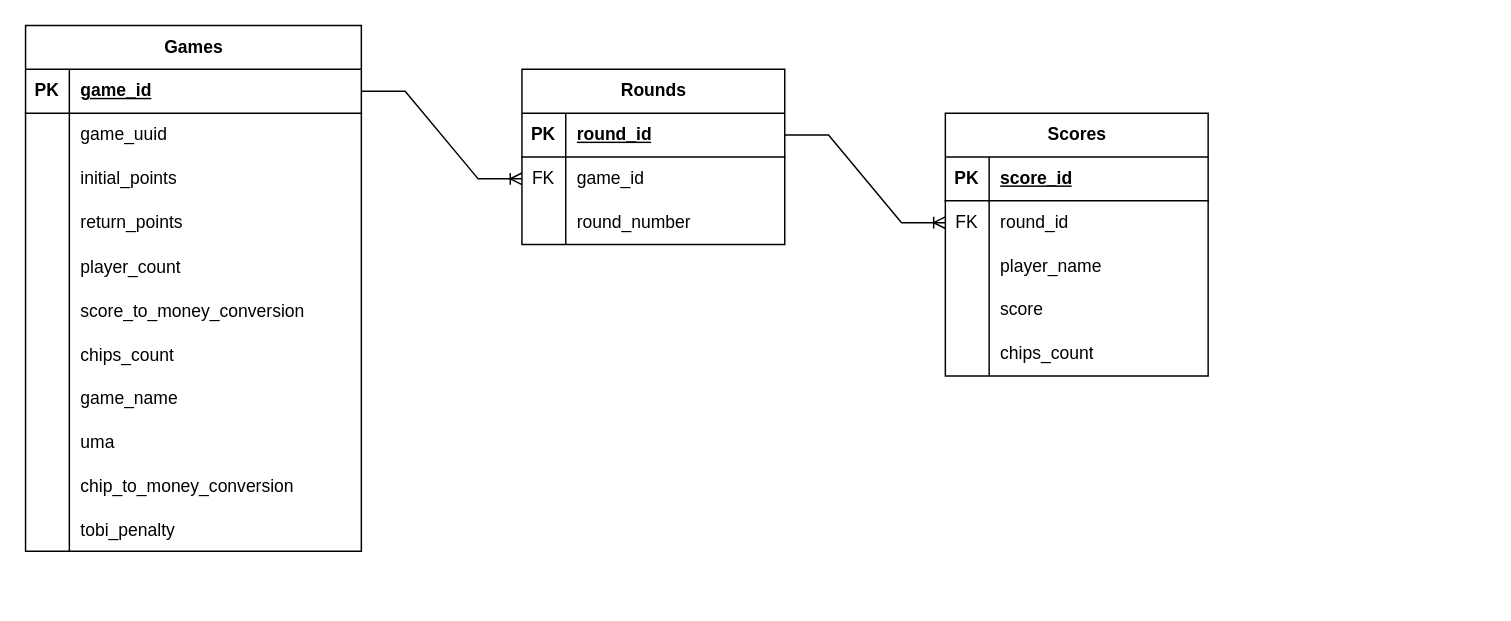
tomatine/mahjong-score keeps this draw.io diagram as database.drawio. Above is the earlier version. Source tidied: cells renumbered, new cells numbered last; positions are measured from the earlier drawing's top-left corner, leaving out a move shared by most shapes. Both pictures are drawn from the tidied source at 146%, with x=0, y=0 at pixel (25, 25).
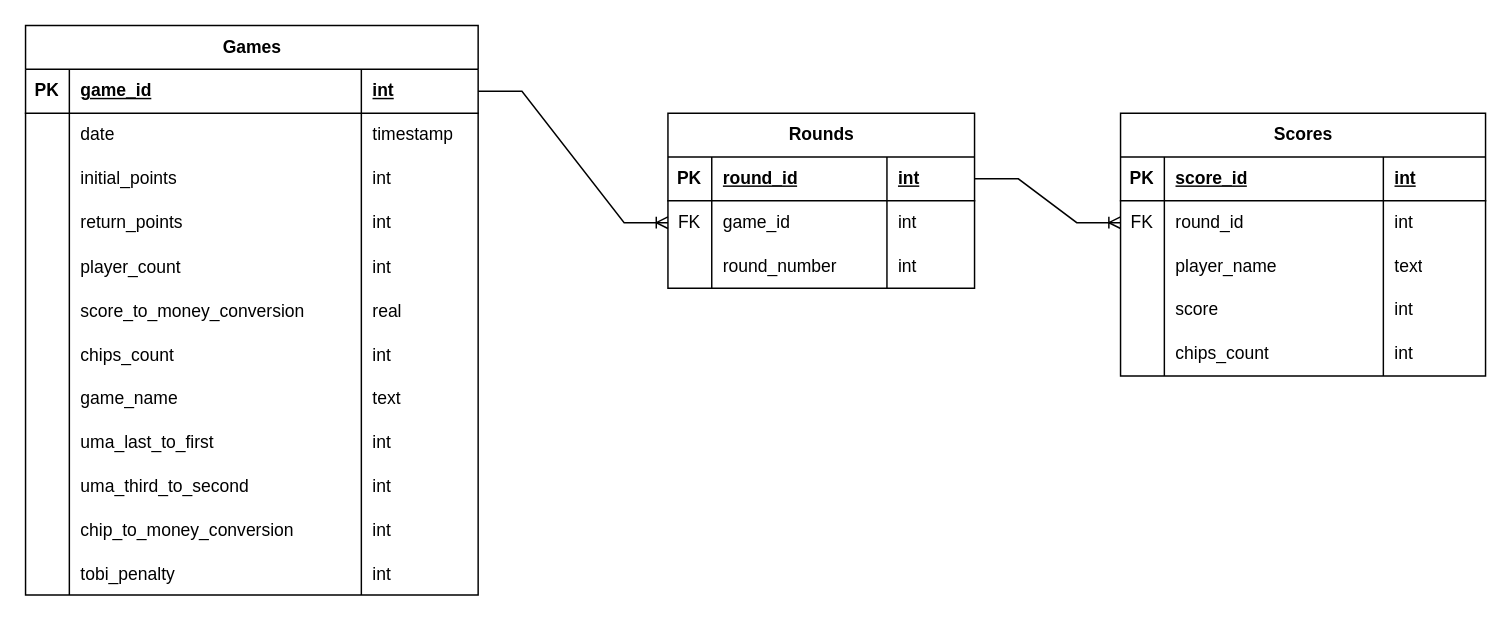
Above is the later version.

Commit message (it also covers changes not shown here):
database.drawio を更新します

Diff of the diagram source:
```diff
@@
     <mxCell id="2" value="Games" style="shape=table;startSize=30;childLayout=tableLayout;rowLines=0;fontStyle=1;align=center;html=1;" parent="1" vertex="1">
-      <mxGeometry width="230" height="360" as="geometry" />
+      <mxGeometry width="310" height="390" as="geometry" />
     </mxCell>
     <mxCell id="3" style="shape=tableRow;horizontal=0;startSize=0;swimlaneHead=0;swimlaneBody=0;fillColor=none;points=[[0,0.5],[1,0.5]];portConstraint=eastwest;top=0;left=0;right=0;bottom=1;" parent="2" vertex="1">
-      <mxGeometry y="30" width="230" height="30" as="geometry" />
+      <mxGeometry y="30" width="310" height="30" as="geometry" />
     </mxCell>
@@
-    <mxCell id="6" style="shape=tableRow;horizontal=0;startSize=0;swimlaneHead=0;swimlaneBody=0;fillColor=none;top=0;left=0;right=0;bottom=0;" parent="2" vertex="1">
-      <mxGeometry y="60" width="230" height="30" as="geometry" />
-    </mxCell>
+    <mxCell id="64" value="int" style="shape=partialRectangle;fillColor=none;top=0;left=0;bottom=0;right=0;align=left;spacingLeft=6;fontStyle=5;overflow=hidden;whiteSpace=wrap;html=1;" parent="3" vertex="1">
+      <mxGeometry x="230" width="80" height="30" as="geometry" />
+    </mxCell>
+    <mxCell id="65" style="shape=tableRow;horizontal=0;startSize=0;swimlaneHead=0;swimlaneBody=0;fillColor=none;top=0;left=0;right=0;bottom=0;" parent="2" vertex="1">
+      <mxGeometry y="60" width="310" height="30" as="geometry" />
+    </mxCell>
-    <mxCell id="7" style="shape=partialRectangle;fillColor=none;top=0;left=0;bottom=0;right=0;overflow=hidden;whiteSpace=wrap;html=1;" parent="6" vertex="1">
+    <mxCell id="7" style="shape=partialRectangle;fillColor=none;top=0;left=0;bottom=0;right=0;overflow=hidden;whiteSpace=wrap;html=1;" parent="65" vertex="1">
       <mxGeometry width="30" height="30" as="geometry" />
     </mxCell>
-    <mxCell id="8" value="game_uuid" style="shape=partialRectangle;fillColor=none;top=0;left=0;bottom=0;right=0;align=left;spacingLeft=6;overflow=hidden;whiteSpace=wrap;html=1;" parent="6" vertex="1">
-      <mxGeometry x="30" width="200" height="30" as="geometry" />
-    </mxCell>
+    <mxCell id="66" value="date" style="shape=partialRectangle;fillColor=none;top=0;left=0;bottom=0;right=0;align=left;spacingLeft=6;overflow=hidden;whiteSpace=wrap;html=1;" parent="65" vertex="1">
+      <mxGeometry x="30" width="200" height="30" as="geometry" />
+    </mxCell>
+    <mxCell id="67" value="timestamp" style="shape=partialRectangle;fillColor=none;top=0;left=0;bottom=0;right=0;align=left;spacingLeft=6;overflow=hidden;whiteSpace=wrap;html=1;" parent="65" vertex="1">
+      <mxGeometry x="230" width="80" height="30" as="geometry" />
+    </mxCell>
     <mxCell id="9" style="shape=tableRow;horizontal=0;startSize=0;swimlaneHead=0;swimlaneBody=0;fillColor=none;top=0;left=0;right=0;bottom=0;" parent="2" vertex="1">
-      <mxGeometry y="90" width="230" height="30" as="geometry" />
+      <mxGeometry y="90" width="310" height="30" as="geometry" />
     </mxCell>
@@
+    <mxCell id="68" value="int" style="shape=partialRectangle;fillColor=none;top=0;left=0;bottom=0;right=0;align=left;spacingLeft=6;overflow=hidden;whiteSpace=wrap;html=1;" parent="9" vertex="1">
+      <mxGeometry x="230" width="80" height="30" as="geometry" />
+    </mxCell>
     <mxCell id="12" style="shape=tableRow;horizontal=0;startSize=0;swimlaneHead=0;swimlaneBody=0;fillColor=none;top=0;left=0;right=0;bottom=0;" parent="2" vertex="1">
-      <mxGeometry y="120" width="230" height="30" as="geometry" />
+      <mxGeometry y="120" width="310" height="30" as="geometry" />
     </mxCell>
@@
+    <mxCell id="69" value="int" style="shape=partialRectangle;fillColor=none;top=0;left=0;bottom=0;right=0;align=left;spacingLeft=6;overflow=hidden;whiteSpace=wrap;html=1;" parent="12" vertex="1">
+      <mxGeometry x="230" width="80" height="30" as="geometry" />
+    </mxCell>
     <mxCell id="15" style="shape=tableRow;horizontal=0;startSize=0;swimlaneHead=0;swimlaneBody=0;fillColor=none;top=0;left=0;right=0;bottom=0;" parent="2" vertex="1">
-      <mxGeometry y="150" width="230" height="30" as="geometry" />
+      <mxGeometry y="150" width="310" height="30" as="geometry" />
     </mxCell>
@@
+    <mxCell id="70" value="int" style="shape=partialRectangle;fillColor=none;top=0;left=0;bottom=0;right=0;align=left;spacingLeft=6;overflow=hidden;" parent="15" vertex="1">
+      <mxGeometry x="230" width="80" height="30" as="geometry" />
+    </mxCell>
     <mxCell id="18" style="shape=tableRow;horizontal=0;startSize=0;swimlaneHead=0;swimlaneBody=0;fillColor=none;top=0;left=0;right=0;bottom=0;" parent="2" vertex="1">
-      <mxGeometry y="180" width="230" height="30" as="geometry" />
+      <mxGeometry y="180" width="310" height="30" as="geometry" />
     </mxCell>
@@
+    <mxCell id="71" value="real" style="shape=partialRectangle;fillColor=none;top=0;left=0;bottom=0;right=0;align=left;spacingLeft=6;overflow=hidden;" parent="18" vertex="1">
+      <mxGeometry x="230" width="80" height="30" as="geometry" />
+    </mxCell>
     <mxCell id="21" style="shape=tableRow;horizontal=0;startSize=0;swimlaneHead=0;swimlaneBody=0;fillColor=none;top=0;left=0;right=0;bottom=0;" parent="2" vertex="1">
-      <mxGeometry y="210" width="230" height="30" as="geometry" />
+      <mxGeometry y="210" width="310" height="30" as="geometry" />
     </mxCell>
@@
+    <mxCell id="72" value="int" style="shape=partialRectangle;fillColor=none;top=0;left=0;bottom=0;right=0;align=left;spacingLeft=6;overflow=hidden;" parent="21" vertex="1">
+      <mxGeometry x="230" width="80" height="30" as="geometry" />
+    </mxCell>
     <mxCell id="24" style="shape=tableRow;horizontal=0;startSize=0;swimlaneHead=0;swimlaneBody=0;fillColor=none;top=0;left=0;right=0;bottom=0;" parent="2" vertex="1">
-      <mxGeometry y="240" width="230" height="30" as="geometry" />
+      <mxGeometry y="240" width="310" height="30" as="geometry" />
     </mxCell>
@@
+    <mxCell id="73" value="text" style="shape=partialRectangle;fillColor=none;top=0;left=0;bottom=0;right=0;align=left;spacingLeft=6;overflow=hidden;" parent="24" vertex="1">
+      <mxGeometry x="230" width="80" height="30" as="geometry" />
+    </mxCell>
     <mxCell id="27" style="shape=tableRow;horizontal=0;startSize=0;swimlaneHead=0;swimlaneBody=0;fillColor=none;top=0;left=0;right=0;bottom=0;" parent="2" vertex="1">
-      <mxGeometry y="270" width="230" height="30" as="geometry" />
+      <mxGeometry y="270" width="310" height="30" as="geometry" />
     </mxCell>
@@
-    <mxCell id="29" value="uma" style="shape=partialRectangle;fillColor=none;top=0;left=0;bottom=0;right=0;align=left;spacingLeft=6;overflow=hidden;" parent="27" vertex="1">
+    <mxCell id="29" value="uma_last_to_first" style="shape=partialRectangle;fillColor=none;top=0;left=0;bottom=0;right=0;align=left;spacingLeft=6;overflow=hidden;" parent="27" vertex="1">
       <mxGeometry x="30" width="200" height="30" as="geometry" />
     </mxCell>
+    <mxCell id="74" value="int" style="shape=partialRectangle;fillColor=none;top=0;left=0;bottom=0;right=0;align=left;spacingLeft=6;overflow=hidden;" parent="27" vertex="1">
+      <mxGeometry x="230" width="80" height="30" as="geometry" />
+    </mxCell>
+    <mxCell id="75" style="shape=tableRow;horizontal=0;startSize=0;swimlaneHead=0;swimlaneBody=0;fillColor=none;top=0;left=0;right=0;bottom=0;" parent="2" vertex="1">
+      <mxGeometry y="300" width="310" height="30" as="geometry" />
+    </mxCell>
+    <mxCell id="76" style="shape=partialRectangle;fillColor=none;top=0;left=0;bottom=0;right=0;overflow=hidden;" parent="75" vertex="1">
+      <mxGeometry width="30" height="30" as="geometry" />
+    </mxCell>
+    <mxCell id="77" value="uma_third_to_second" style="shape=partialRectangle;fillColor=none;top=0;left=0;bottom=0;right=0;align=left;spacingLeft=6;overflow=hidden;" parent="75" vertex="1">
+      <mxGeometry x="30" width="200" height="30" as="geometry" />
+    </mxCell>
+    <mxCell id="78" value="int" style="shape=partialRectangle;fillColor=none;top=0;left=0;bottom=0;right=0;align=left;spacingLeft=6;overflow=hidden;" parent="75" vertex="1">
+      <mxGeometry x="230" width="80" height="30" as="geometry" />
+    </mxCell>
     <mxCell id="30" style="shape=tableRow;horizontal=0;startSize=0;swimlaneHead=0;swimlaneBody=0;fillColor=none;top=0;left=0;right=0;bottom=0;" parent="2" vertex="1">
-      <mxGeometry y="300" width="230" height="30" as="geometry" />
+      <mxGeometry y="330" width="310" height="30" as="geometry" />
     </mxCell>
@@
+    <mxCell id="79" value="int" style="shape=partialRectangle;fillColor=none;top=0;left=0;bottom=0;right=0;align=left;spacingLeft=6;overflow=hidden;" parent="30" vertex="1">
+      <mxGeometry x="230" width="80" height="30" as="geometry" />
+    </mxCell>
     <mxCell id="33" style="shape=tableRow;horizontal=0;startSize=0;swimlaneHead=0;swimlaneBody=0;fillColor=none;top=0;left=0;right=0;bottom=0;" parent="2" vertex="1">
-      <mxGeometry y="330" width="230" height="30" as="geometry" />
+      <mxGeometry y="360" width="310" height="30" as="geometry" />
     </mxCell>
@@
+    <mxCell id="80" value="int" style="shape=partialRectangle;fillColor=none;top=0;left=0;bottom=0;right=0;align=left;spacingLeft=6;overflow=hidden;" parent="33" vertex="1">
+      <mxGeometry x="230" width="80" height="30" as="geometry" />
+    </mxCell>
     <mxCell id="36" value="Rounds" style="shape=table;startSize=30;childLayout=tableLayout;rowLines=0;fontStyle=1;align=center;html=1;" parent="1" vertex="1">
-      <mxGeometry x="340" y="30" width="180" height="120" as="geometry" />
+      <mxGeometry x="440" y="60" width="210" height="120" as="geometry" />
     </mxCell>
     <mxCell id="37" style="shape=tableRow;horizontal=0;startSize=0;swimlaneHead=0;swimlaneBody=0;fillColor=none;points=[[0,0.5],[1,0.5]];portConstraint=eastwest;top=0;left=0;right=0;bottom=1;" parent="36" vertex="1">
-      <mxGeometry y="30" width="180" height="30" as="geometry" />
+      <mxGeometry y="30" width="210" height="30" as="geometry" />
     </mxCell>
@@
     <mxCell id="39" value="round_id&lt;br&gt;" style="shape=partialRectangle;fillColor=none;top=0;left=0;bottom=0;right=0;align=left;spacingLeft=6;fontStyle=5;overflow=hidden;whiteSpace=wrap;html=1;" parent="37" vertex="1">
-      <mxGeometry x="30" width="150" height="30" as="geometry" />
+      <mxGeometry x="30" width="120" height="30" as="geometry" />
     </mxCell>
+    <mxCell id="81" value="int" style="shape=partialRectangle;fillColor=none;top=0;left=0;bottom=0;right=0;align=left;spacingLeft=6;fontStyle=5;overflow=hidden;whiteSpace=wrap;html=1;" parent="37" vertex="1">
+      <mxGeometry x="150" width="60" height="30" as="geometry" />
+    </mxCell>
     <mxCell id="40" style="shape=tableRow;horizontal=0;startSize=0;swimlaneHead=0;swimlaneBody=0;fillColor=none;points=[[0,0.5],[1,0.5]];portConstraint=eastwest;top=0;left=0;right=0;bottom=0;" parent="36" vertex="1">
-      <mxGeometry y="60" width="180" height="30" as="geometry" />
+      <mxGeometry y="60" width="210" height="30" as="geometry" />
     </mxCell>
@@
     <mxCell id="42" value="game_id" style="shape=partialRectangle;fillColor=none;top=0;left=0;bottom=0;right=0;align=left;spacingLeft=6;overflow=hidden;whiteSpace=wrap;html=1;" parent="40" vertex="1">
-      <mxGeometry x="30" width="150" height="30" as="geometry" />
+      <mxGeometry x="30" width="120" height="30" as="geometry" />
     </mxCell>
+    <mxCell id="82" value="int" style="shape=partialRectangle;fillColor=none;top=0;left=0;bottom=0;right=0;align=left;spacingLeft=6;overflow=hidden;whiteSpace=wrap;html=1;" parent="40" vertex="1">
+      <mxGeometry x="150" width="60" height="30" as="geometry" />
+    </mxCell>
     <mxCell id="43" style="shape=tableRow;horizontal=0;startSize=0;swimlaneHead=0;swimlaneBody=0;fillColor=none;top=0;left=0;right=0;bottom=0;" parent="36" vertex="1">
-      <mxGeometry y="90" width="180" height="30" as="geometry" />
+      <mxGeometry y="90" width="210" height="30" as="geometry" />
     </mxCell>
@@
     <mxCell id="45" value="round_number" style="shape=partialRectangle;fillColor=none;top=0;left=0;bottom=0;right=0;align=left;spacingLeft=6;overflow=hidden;whiteSpace=wrap;html=1;" parent="43" vertex="1">
-      <mxGeometry x="30" width="150" height="30" as="geometry" />
+      <mxGeometry x="30" width="120" height="30" as="geometry" />
     </mxCell>
+    <mxCell id="83" value="int" style="shape=partialRectangle;fillColor=none;top=0;left=0;bottom=0;right=0;align=left;spacingLeft=6;overflow=hidden;whiteSpace=wrap;html=1;" parent="43" vertex="1">
+      <mxGeometry x="150" width="60" height="30" as="geometry" />
+    </mxCell>
     <mxCell id="46" value="Scores" style="shape=table;startSize=30;childLayout=tableLayout;rowLines=0;fontStyle=1;align=center;html=1;" parent="1" vertex="1">
-      <mxGeometry x="630" y="60" width="180" height="180" as="geometry" />
+      <mxGeometry x="750" y="60" width="250" height="180" as="geometry" />
     </mxCell>
     <mxCell id="47" style="shape=tableRow;horizontal=0;startSize=0;swimlaneHead=0;swimlaneBody=0;fillColor=none;top=0;left=0;right=0;bottom=1;" parent="46" vertex="1">
-      <mxGeometry y="30" width="180" height="30" as="geometry" />
+      <mxGeometry y="30" width="250" height="30" as="geometry" />
     </mxCell>
@@
+    <mxCell id="84" value="int" style="shape=partialRectangle;fillColor=none;top=0;left=0;bottom=0;right=0;align=left;spacingLeft=6;fontStyle=5;overflow=hidden;whiteSpace=wrap;html=1;" parent="47" vertex="1">
+      <mxGeometry x="180" width="70" height="30" as="geometry" />
+    </mxCell>
     <mxCell id="50" style="shape=tableRow;horizontal=0;startSize=0;swimlaneHead=0;swimlaneBody=0;fillColor=none;points=[[0,0.5],[1,0.5]];portConstraint=eastwest;top=0;left=0;right=0;bottom=0;" parent="46" vertex="1">
-      <mxGeometry y="60" width="180" height="30" as="geometry" />
+      <mxGeometry y="60" width="250" height="30" as="geometry" />
     </mxCell>
@@
+    <mxCell id="85" value="int" style="shape=partialRectangle;fillColor=none;top=0;left=0;bottom=0;right=0;align=left;spacingLeft=6;overflow=hidden;whiteSpace=wrap;html=1;" parent="50" vertex="1">
+      <mxGeometry x="180" width="70" height="30" as="geometry" />
+    </mxCell>
     <mxCell id="53" style="shape=tableRow;horizontal=0;startSize=0;swimlaneHead=0;swimlaneBody=0;fillColor=none;top=0;left=0;right=0;bottom=0;" parent="46" vertex="1">
-      <mxGeometry y="90" width="180" height="30" as="geometry" />
+      <mxGeometry y="90" width="250" height="30" as="geometry" />
     </mxCell>
@@
+    <mxCell id="86" value="text" style="shape=partialRectangle;fillColor=none;top=0;left=0;bottom=0;right=0;align=left;spacingLeft=6;overflow=hidden;whiteSpace=wrap;html=1;" parent="53" vertex="1">
+      <mxGeometry x="180" width="70" height="30" as="geometry" />
+    </mxCell>
     <mxCell id="56" style="shape=tableRow;horizontal=0;startSize=0;swimlaneHead=0;swimlaneBody=0;fillColor=none;top=0;left=0;right=0;bottom=0;" parent="46" vertex="1">
-      <mxGeometry y="120" width="180" height="30" as="geometry" />
+      <mxGeometry y="120" width="250" height="30" as="geometry" />
     </mxCell>
@@
+    <mxCell id="87" value="int" style="shape=partialRectangle;fillColor=none;top=0;left=0;bottom=0;right=0;align=left;spacingLeft=6;overflow=hidden;whiteSpace=wrap;html=1;" parent="56" vertex="1">
+      <mxGeometry x="180" width="70" height="30" as="geometry" />
+    </mxCell>
     <mxCell id="59" style="shape=tableRow;horizontal=0;startSize=0;swimlaneHead=0;swimlaneBody=0;fillColor=none;top=0;left=0;right=0;bottom=0;" parent="46" vertex="1">
-      <mxGeometry y="150" width="180" height="30" as="geometry" />
+      <mxGeometry y="150" width="250" height="30" as="geometry" />
     </mxCell>
@@
+    <mxCell id="88" value="int" style="shape=partialRectangle;fillColor=none;top=0;left=0;bottom=0;right=0;align=left;spacingLeft=6;overflow=hidden;whiteSpace=wrap;html=1;" parent="59" vertex="1">
+      <mxGeometry x="180" width="70" height="30" as="geometry" />
+    </mxCell>
```
